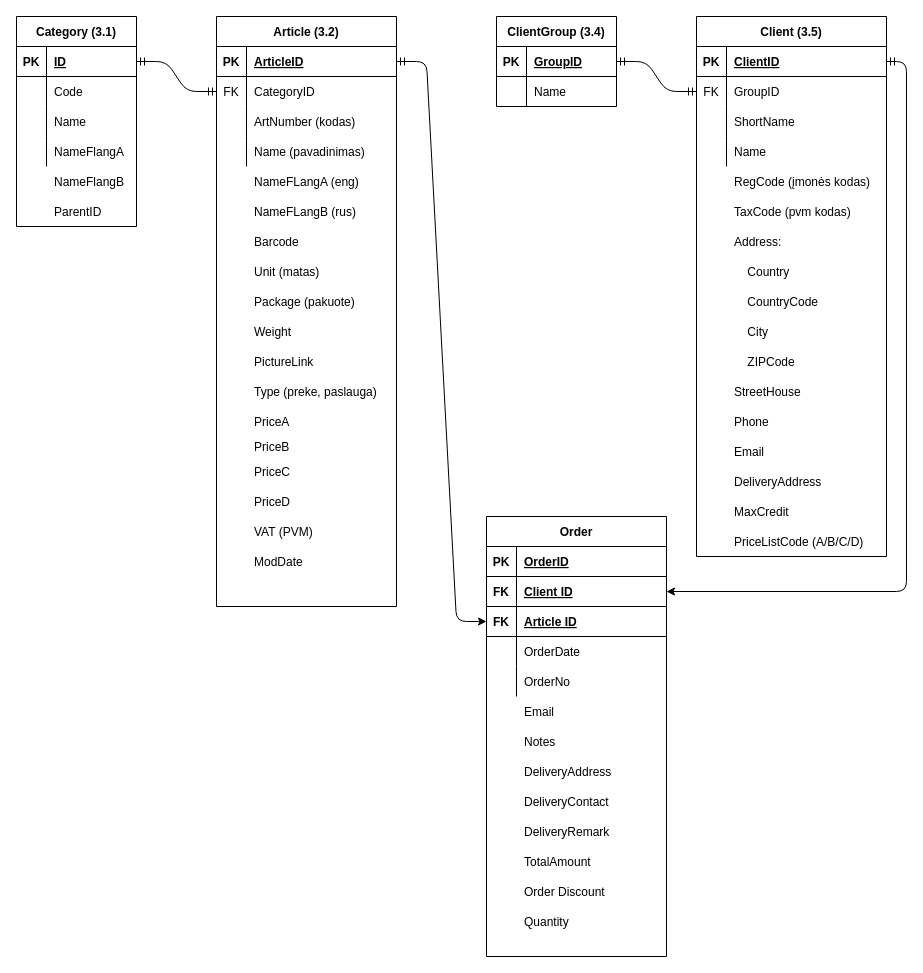
Above: VLEshop.drawio in Romanasboot/DatabaseExamples_2 (draw.io), before the change. Source tidied: cells renumbered, new cells numbered last; positions are measured from the earlier drawing's top-left corner, leaving out a move shared by most shapes. Both pictures are drawn from the tidied source at 100%, with x=0, y=0 at pixel (16, 16).
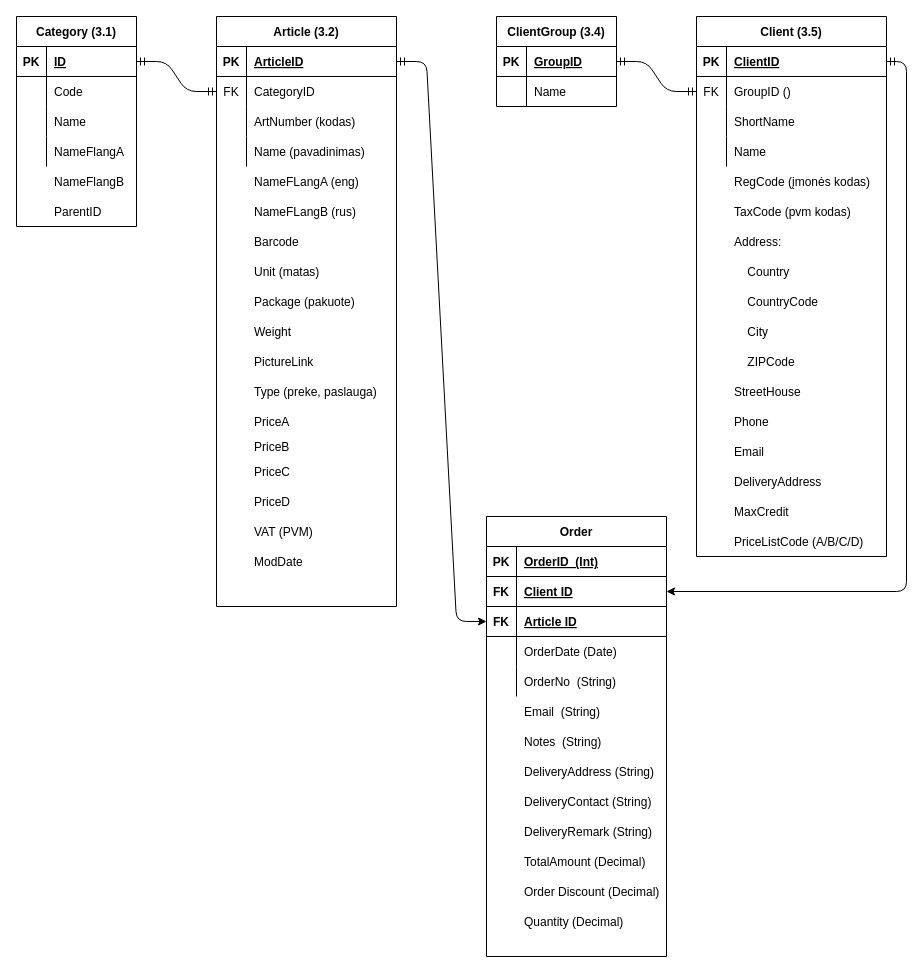
Above is the later version.

Unchanged cells that the change refers to:
```xml
<mxCell id="89" style="shape=partialRectangle;fillColor=none;top=0;left=0;bottom=0;right=0;points=[[0,0.5],[1,0.5]];portConstraint=eastwest;" parent="85" vertex="1">
  <mxGeometry y="60" width="190" height="30" as="geometry" />
</mxCell>
<mxCell id="112" style="group;" parent="1" vertex="1">
  <mxGeometry x="460" y="560" width="180" height="440" as="geometry" />
</mxCell>
<mxCell id="123" style="shape=partialRectangle;fillColor=none;top=0;left=0;bottom=1;right=0;" parent="122" vertex="1">
  <mxGeometry y="30" width="180" height="30" as="geometry" />
</mxCell>
<mxCell id="132" style="shape=partialRectangle;fillColor=none;top=0;left=0;bottom=0;right=0;" parent="122" vertex="1">
  <mxGeometry y="120" width="180" height="30" as="geometry" />
</mxCell>
<mxCell id="135" style="shape=partialRectangle;fillColor=none;top=0;left=0;bottom=0;right=0;" parent="122" vertex="1">
  <mxGeometry y="150" width="180" height="30" as="geometry" />
</mxCell>
```

Diff of the diagram source:
```diff
@@
-    <mxCell id="91" value="GroupID" style="shape=partialRectangle;fillColor=none;top=0;left=0;bottom=0;right=0;align=left;spacingLeft=6;overflow=hidden;" parent="89" vertex="1">
+    <mxCell id="91" value="GroupID ()" style="shape=partialRectangle;fillColor=none;top=0;left=0;bottom=0;right=0;align=left;spacingLeft=6;overflow=hidden;" parent="89" vertex="1">
       <mxGeometry x="30" width="160" height="30" as="geometry" />
     </mxCell>
@@
-    <mxCell id="113" value="Email" style="shape=partialRectangle;fillColor=none;top=0;left=0;bottom=0;right=0;align=left;spacingLeft=6;overflow=hidden;" parent="112" vertex="1">
+    <mxCell id="113" value="Email  (String)" style="shape=partialRectangle;fillColor=none;top=0;left=0;bottom=0;right=0;align=left;spacingLeft=6;overflow=hidden;" parent="112" vertex="1">
       <mxGeometry x="40" y="120" width="150" height="30" as="geometry" />
     </mxCell>
-    <mxCell id="114" value="Notes" style="shape=partialRectangle;fillColor=none;top=0;left=0;bottom=0;right=0;align=left;spacingLeft=6;overflow=hidden;" parent="112" vertex="1">
+    <mxCell id="114" value="Notes  (String)" style="shape=partialRectangle;fillColor=none;top=0;left=0;bottom=0;right=0;align=left;spacingLeft=6;overflow=hidden;" parent="112" vertex="1">
       <mxGeometry x="40" y="150" width="150" height="30" as="geometry" />
     </mxCell>
-    <mxCell id="115" value="DeliveryAddress" style="shape=partialRectangle;fillColor=none;top=0;left=0;bottom=0;right=0;align=left;spacingLeft=6;overflow=hidden;" parent="112" vertex="1">
+    <mxCell id="115" value="DeliveryAddress (String)" style="shape=partialRectangle;fillColor=none;top=0;left=0;bottom=0;right=0;align=left;spacingLeft=6;overflow=hidden;" parent="112" vertex="1">
       <mxGeometry x="40" y="180" width="150" height="30" as="geometry" />
     </mxCell>
-    <mxCell id="116" value="DeliveryContact" style="shape=partialRectangle;fillColor=none;top=0;left=0;bottom=0;right=0;align=left;spacingLeft=6;overflow=hidden;" parent="112" vertex="1">
+    <mxCell id="116" value="DeliveryContact (String)" style="shape=partialRectangle;fillColor=none;top=0;left=0;bottom=0;right=0;align=left;spacingLeft=6;overflow=hidden;" parent="112" vertex="1">
       <mxGeometry x="40" y="210" width="150" height="30" as="geometry" />
     </mxCell>
-    <mxCell id="117" value="DeliveryRemark" style="shape=partialRectangle;fillColor=none;top=0;left=0;bottom=0;right=0;align=left;spacingLeft=6;overflow=hidden;" parent="112" vertex="1">
+    <mxCell id="117" value="DeliveryRemark (String)" style="shape=partialRectangle;fillColor=none;top=0;left=0;bottom=0;right=0;align=left;spacingLeft=6;overflow=hidden;" parent="112" vertex="1">
       <mxGeometry x="40" y="240" width="150" height="30" as="geometry" />
     </mxCell>
-    <mxCell id="118" value="TotalAmount" style="shape=partialRectangle;fillColor=none;top=0;left=0;bottom=0;right=0;align=left;spacingLeft=6;overflow=hidden;" parent="112" vertex="1">
+    <mxCell id="118" value="TotalAmount (Decimal)" style="shape=partialRectangle;fillColor=none;top=0;left=0;bottom=0;right=0;align=left;spacingLeft=6;overflow=hidden;" parent="112" vertex="1">
       <mxGeometry x="40" y="270" width="150" height="30" as="geometry" />
     </mxCell>
-    <mxCell id="119" value="Order Discount" style="shape=partialRectangle;fillColor=none;top=0;left=0;bottom=0;right=0;align=left;spacingLeft=6;overflow=hidden;" parent="112" vertex="1">
+    <mxCell id="119" value="Order Discount (Decimal)" style="shape=partialRectangle;fillColor=none;top=0;left=0;bottom=0;right=0;align=left;spacingLeft=6;overflow=hidden;" parent="112" vertex="1">
       <mxGeometry x="40" y="300" width="150" height="30" as="geometry" />
     </mxCell>
-    <mxCell id="120" value="Quantity" style="shape=partialRectangle;fillColor=none;top=0;left=0;bottom=0;right=0;align=left;spacingLeft=6;overflow=hidden;" parent="112" vertex="1">
+    <mxCell id="120" value="Quantity (Decimal)" style="shape=partialRectangle;fillColor=none;top=0;left=0;bottom=0;right=0;align=left;spacingLeft=6;overflow=hidden;" parent="112" vertex="1">
       <mxGeometry x="40" y="330" width="150" height="30" as="geometry" />
     </mxCell>
@@
-    <mxCell id="125" value="OrderID" style="shape=partialRectangle;fillColor=none;top=0;left=0;bottom=0;right=0;align=left;spacingLeft=6;fontStyle=5;overflow=hidden;" parent="123" vertex="1">
+    <mxCell id="125" value="OrderID  (Int)" style="shape=partialRectangle;fillColor=none;top=0;left=0;bottom=0;right=0;align=left;spacingLeft=6;fontStyle=5;overflow=hidden;" parent="123" vertex="1">
       <mxGeometry x="30" width="150" height="30" as="geometry" />
     </mxCell>
@@
-    <mxCell id="134" value="OrderDate" style="shape=partialRectangle;fillColor=none;top=0;left=0;bottom=0;right=0;align=left;spacingLeft=6;overflow=hidden;" parent="132" vertex="1">
+    <mxCell id="134" value="OrderDate (Date)" style="shape=partialRectangle;fillColor=none;top=0;left=0;bottom=0;right=0;align=left;spacingLeft=6;overflow=hidden;" parent="132" vertex="1">
       <mxGeometry x="30" width="150" height="30" as="geometry" />
     </mxCell>
@@
-    <mxCell id="137" value="OrderNo" style="shape=partialRectangle;fillColor=none;top=0;left=0;bottom=0;right=0;align=left;spacingLeft=6;overflow=hidden;" parent="135" vertex="1">
+    <mxCell id="137" value="OrderNo  (String)" style="shape=partialRectangle;fillColor=none;top=0;left=0;bottom=0;right=0;align=left;spacingLeft=6;overflow=hidden;" parent="135" vertex="1">
       <mxGeometry x="30" width="150" height="30" as="geometry" />
     </mxCell>
```
